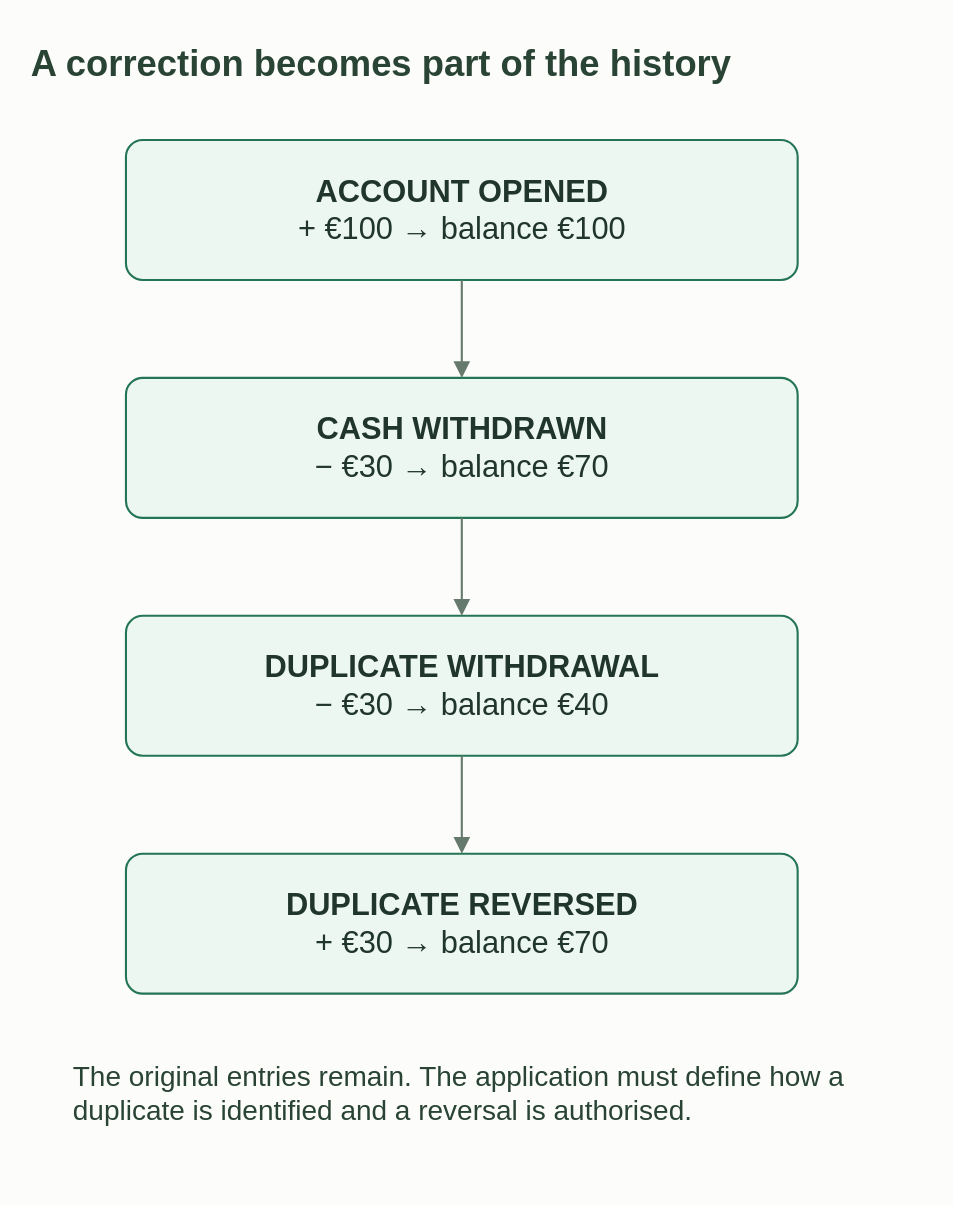
This is website/public/diagrams/correction-history.svg from neohaskell/NeoHaskell, a draw.io export, as it was before one commit. Source tidied: cells renumbered, new cells last; positions are measured from the earlier drawing's top-left corner, leaving out a move shared by most shapes. Source of this version:
```xml
<mxGraphModel background="#FCFCFA">
  <root>
    <mxCell id="0" />
    <mxCell id="1" parent="0" />
    <mxCell id="2" value="A correction becomes part of the history" style="text;html=1;whiteSpace=wrap;align=left;verticalAlign=middle;fontFamily=Helvetica;fontSize=26;fontColor=#294335;fontStyle=1;" parent="1" vertex="1">
      <mxGeometry width="620" height="50" as="geometry" />
    </mxCell>
    <mxCell id="3" value="&lt;b&gt;ACCOUNT OPENED&lt;/b&gt;&lt;br&gt;+ €100 → balance €100" style="rounded=1;arcSize=12;whiteSpace=wrap;html=1;fontFamily=Helvetica;fontSize=22;fontColor=#20352B;fillColor=#EDF7F1;strokeColor=#247556;strokeWidth=1.5;spacing=12;" parent="1" vertex="1">
      <mxGeometry x="70" y="80" width="480" height="100" as="geometry" />
    </mxCell>
    <mxCell id="4" value="&lt;b&gt;CASH WITHDRAWN&lt;/b&gt;&lt;br&gt;− €30 → balance €70" style="rounded=1;arcSize=12;whiteSpace=wrap;html=1;fontFamily=Helvetica;fontSize=22;fontColor=#20352B;fillColor=#EDF7F1;strokeColor=#247556;strokeWidth=1.5;spacing=12;" parent="1" vertex="1">
      <mxGeometry x="70" y="250" width="480" height="100" as="geometry" />
    </mxCell>
    <mxCell id="5" value="&lt;b&gt;DUPLICATE WITHDRAWAL&lt;/b&gt;&lt;br&gt;− €30 → balance €40" style="rounded=1;arcSize=12;whiteSpace=wrap;html=1;fontFamily=Helvetica;fontSize=22;fontColor=#20352B;fillColor=#EDF7F1;strokeColor=#247556;strokeWidth=1.5;spacing=12;" parent="1" vertex="1">
      <mxGeometry x="70" y="420" width="480" height="100" as="geometry" />
    </mxCell>
    <mxCell id="6" value="&lt;b&gt;DUPLICATE REVERSED&lt;/b&gt;&lt;br&gt;+ €30 → balance €70" style="rounded=1;arcSize=12;whiteSpace=wrap;html=1;fontFamily=Helvetica;fontSize=22;fontColor=#20352B;fillColor=#EDF7F1;strokeColor=#247556;strokeWidth=1.5;spacing=12;" parent="1" vertex="1">
      <mxGeometry x="70" y="590" width="480" height="100" as="geometry" />
    </mxCell>
    <mxCell id="7" style="edgeStyle=orthogonalEdgeStyle;rounded=1;jettySize=auto;html=1;endArrow=block;endSize=8;strokeWidth=1.5;strokeColor=#657A6C;fontFamily=Helvetica;fontSize=19;fontColor=#294335;labelBackgroundColor=#FCFCFA;exitX=0.5;exitY=1;entryX=0.5;entryY=0;" parent="1" edge="1" source="3" target="4">
      <mxGeometry relative="1" as="geometry" />
    </mxCell>
    <mxCell id="8" style="edgeStyle=orthogonalEdgeStyle;rounded=1;jettySize=auto;html=1;endArrow=block;endSize=8;strokeWidth=1.5;strokeColor=#657A6C;fontFamily=Helvetica;fontSize=19;fontColor=#294335;labelBackgroundColor=#FCFCFA;exitX=0.5;exitY=1;entryX=0.5;entryY=0;" parent="1" edge="1" source="4" target="5">
      <mxGeometry relative="1" as="geometry" />
    </mxCell>
    <mxCell id="9" style="edgeStyle=orthogonalEdgeStyle;rounded=1;jettySize=auto;html=1;endArrow=block;endSize=8;strokeWidth=1.5;strokeColor=#657A6C;fontFamily=Helvetica;fontSize=19;fontColor=#294335;labelBackgroundColor=#FCFCFA;exitX=0.5;exitY=1;entryX=0.5;entryY=0;" parent="1" edge="1" source="5" target="6">
      <mxGeometry relative="1" as="geometry" />
    </mxCell>
    <mxCell id="10" value="The original entries remain. The application must define how a duplicate is identified and a reversal is authorised." style="text;html=1;whiteSpace=wrap;align=left;verticalAlign=middle;fontFamily=Helvetica;fontSize=20;fontColor=#294335;fontStyle=0;" parent="1" vertex="1">
      <mxGeometry x="30" y="720" width="560" height="80" as="geometry" />
    </mxCell>
  </root>
</mxGraphModel>
```
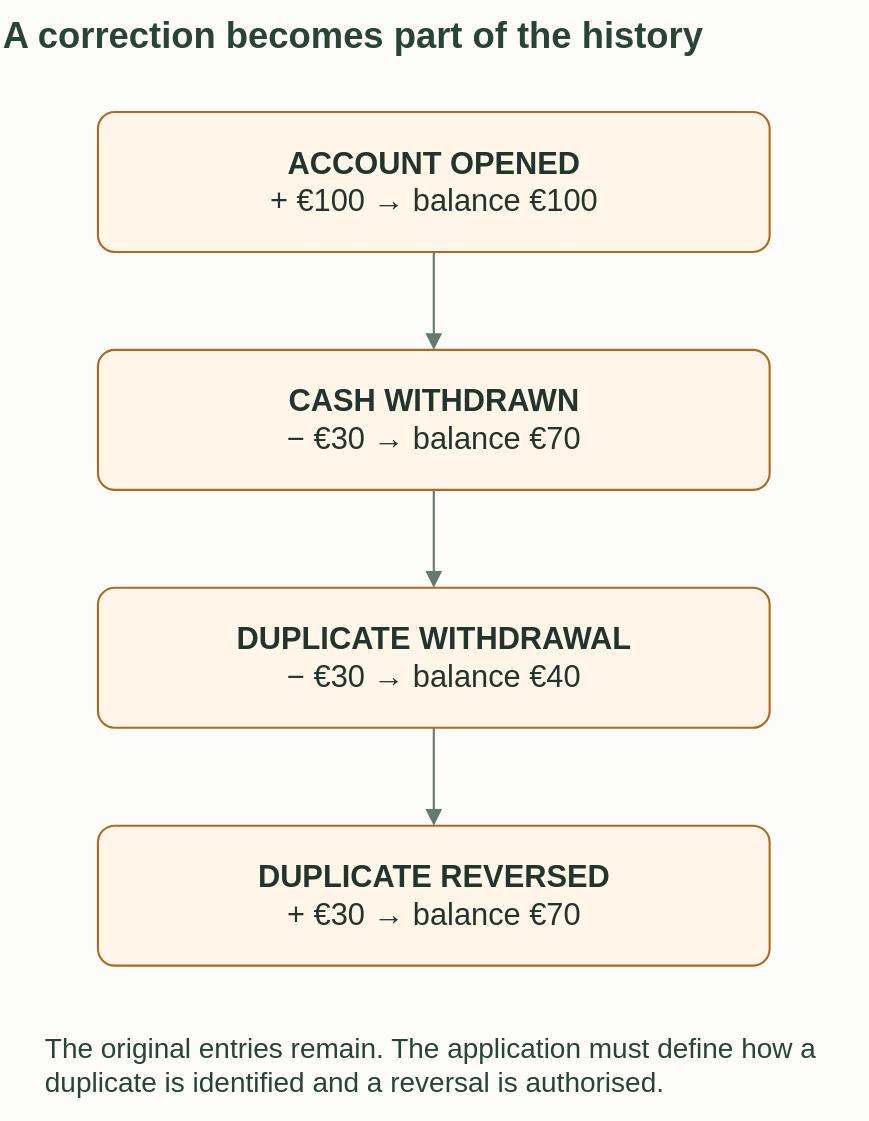
The same file after the commit.

Change to the diagram source:
```diff
@@ -5,16 +5,16 @@
     <mxCell id="2" value="A correction becomes part of the history" style="text;html=1;whiteSpace=wrap;align=left;verticalAlign=middle;fontFamily=Helvetica;fontSize=26;fontColor=#294335;fontStyle=1;" parent="1" vertex="1">
       <mxGeometry width="620" height="50" as="geometry" />
     </mxCell>
-    <mxCell id="3" value="&lt;b&gt;ACCOUNT OPENED&lt;/b&gt;&lt;br&gt;+ €100 → balance €100" style="rounded=1;arcSize=12;whiteSpace=wrap;html=1;fontFamily=Helvetica;fontSize=22;fontColor=#20352B;fillColor=#EDF7F1;strokeColor=#247556;strokeWidth=1.5;spacing=12;" parent="1" vertex="1">
+    <mxCell id="3" value="&lt;b&gt;ACCOUNT OPENED&lt;/b&gt;&lt;br&gt;+ €100 → balance €100" style="rounded=1;arcSize=12;whiteSpace=wrap;html=1;fontFamily=Helvetica;fontSize=22;fontColor=#20352B;fillColor=#FFF5E8;strokeColor=#AF6A20;strokeWidth=1.5;spacing=12;" parent="1" vertex="1">
       <mxGeometry x="70" y="80" width="480" height="100" as="geometry" />
     </mxCell>
-    <mxCell id="4" value="&lt;b&gt;CASH WITHDRAWN&lt;/b&gt;&lt;br&gt;− €30 → balance €70" style="rounded=1;arcSize=12;whiteSpace=wrap;html=1;fontFamily=Helvetica;fontSize=22;fontColor=#20352B;fillColor=#EDF7F1;strokeColor=#247556;strokeWidth=1.5;spacing=12;" parent="1" vertex="1">
+    <mxCell id="4" value="&lt;b&gt;CASH WITHDRAWN&lt;/b&gt;&lt;br&gt;− €30 → balance €70" style="rounded=1;arcSize=12;whiteSpace=wrap;html=1;fontFamily=Helvetica;fontSize=22;fontColor=#20352B;fillColor=#FFF5E8;strokeColor=#AF6A20;strokeWidth=1.5;spacing=12;" parent="1" vertex="1">
       <mxGeometry x="70" y="250" width="480" height="100" as="geometry" />
     </mxCell>
-    <mxCell id="5" value="&lt;b&gt;DUPLICATE WITHDRAWAL&lt;/b&gt;&lt;br&gt;− €30 → balance €40" style="rounded=1;arcSize=12;whiteSpace=wrap;html=1;fontFamily=Helvetica;fontSize=22;fontColor=#20352B;fillColor=#EDF7F1;strokeColor=#247556;strokeWidth=1.5;spacing=12;" parent="1" vertex="1">
+    <mxCell id="5" value="&lt;b&gt;DUPLICATE WITHDRAWAL&lt;/b&gt;&lt;br&gt;− €30 → balance €40" style="rounded=1;arcSize=12;whiteSpace=wrap;html=1;fontFamily=Helvetica;fontSize=22;fontColor=#20352B;fillColor=#FFF5E8;strokeColor=#AF6A20;strokeWidth=1.5;spacing=12;" parent="1" vertex="1">
       <mxGeometry x="70" y="420" width="480" height="100" as="geometry" />
     </mxCell>
-    <mxCell id="6" value="&lt;b&gt;DUPLICATE REVERSED&lt;/b&gt;&lt;br&gt;+ €30 → balance €70" style="rounded=1;arcSize=12;whiteSpace=wrap;html=1;fontFamily=Helvetica;fontSize=22;fontColor=#20352B;fillColor=#EDF7F1;strokeColor=#247556;strokeWidth=1.5;spacing=12;" parent="1" vertex="1">
+    <mxCell id="6" value="&lt;b&gt;DUPLICATE REVERSED&lt;/b&gt;&lt;br&gt;+ €30 → balance €70" style="rounded=1;arcSize=12;whiteSpace=wrap;html=1;fontFamily=Helvetica;fontSize=22;fontColor=#20352B;fillColor=#FFF5E8;strokeColor=#AF6A20;strokeWidth=1.5;spacing=12;" parent="1" vertex="1">
       <mxGeometry x="70" y="590" width="480" height="100" as="geometry" />
     </mxCell>
     <mxCell id="7" style="edgeStyle=orthogonalEdgeStyle;rounded=1;jettySize=auto;html=1;endArrow=block;endSize=8;strokeWidth=1.5;strokeColor=#657A6C;fontFamily=Helvetica;fontSize=19;fontColor=#294335;labelBackgroundColor=#FCFCFA;exitX=0.5;exitY=1;entryX=0.5;entryY=0;" parent="1" edge="1" source="3" target="4">
```
